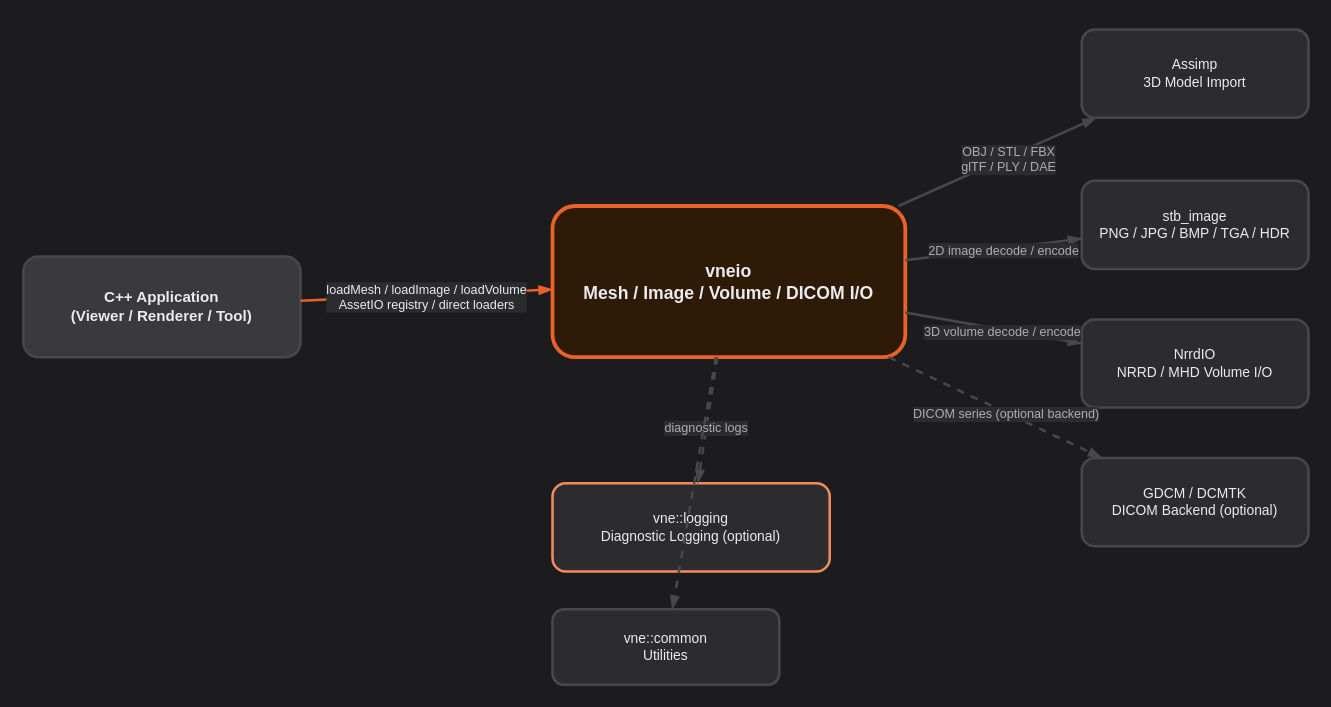
Above: docs/vertexnova/io/diagrams/context.drawio in vertexnova/vneio (draw.io), before the change. Source tidied: cells renumbered, new cells numbered last; positions are measured from the earlier drawing's top-left corner, leaving out a move shared by most shapes. Both pictures are drawn from the tidied source at 126%, with x=0, y=0 at pixel (23, 29).
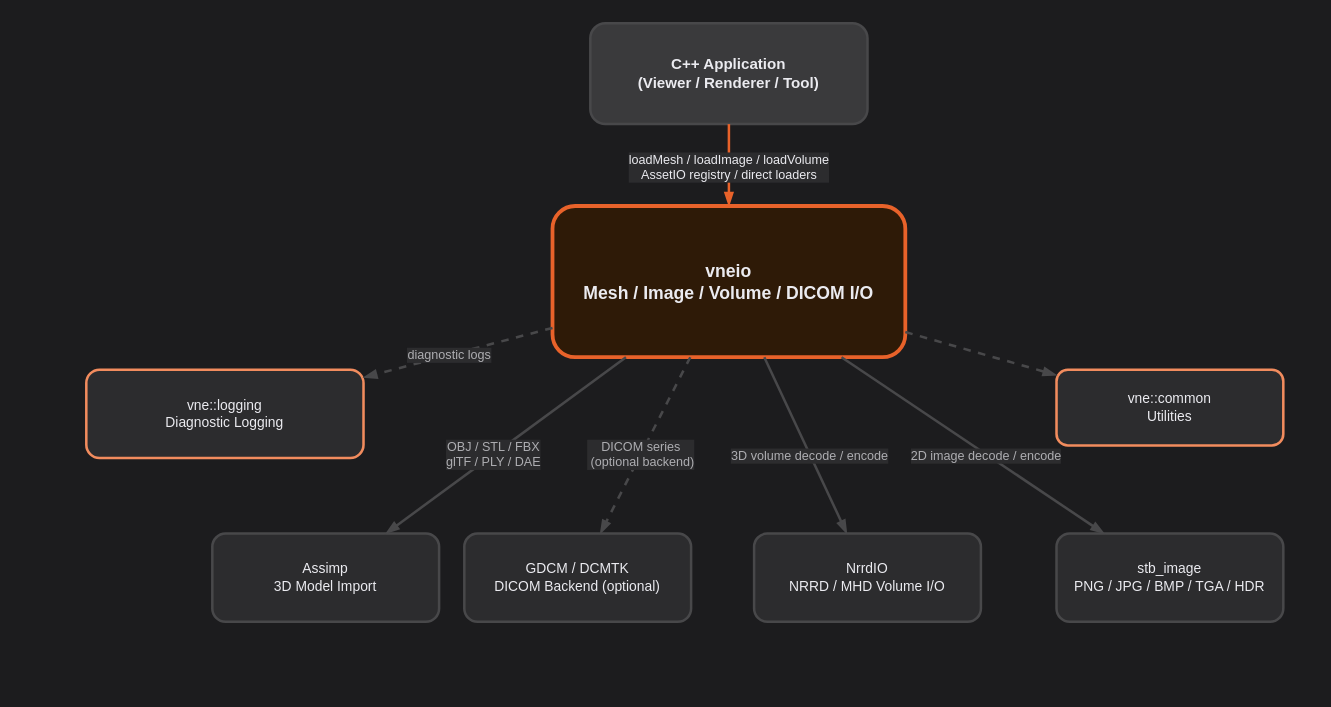
The same diagram, later.

Commit message (it also covers changes not shown here):
refactor: Update diagrams for improved layout and clarity

Unchanged cells that the change refers to:
```xml
<mxCell id="18" style="endArrow=blockThin;endFill=1;html=1;strokeWidth=2;strokeColor=#48484A;dashed=1;" parent="1" edge="1" source="3" target="7">
  <mxGeometry relative="1" as="geometry" />
</mxCell>
```

Change to the diagram source:
```diff
@@
     <mxCell id="2" value="C++ Application&#10;(Viewer / Renderer / Tool)" style="rounded=1;whiteSpace=wrap;html=1;fillColor=#3A3A3C;strokeColor=#48484A;strokeWidth=2;fontStyle=1;fontSize=12;fontColor=#EBEBF0;" parent="1" vertex="1">
-      <mxGeometry y="180" width="220" height="80" as="geometry" />
+      <mxGeometry x="450" y="-5" width="220" height="80" as="geometry" />
     </mxCell>
@@
     <mxCell id="4" value="Assimp&#10;3D Model Import" style="rounded=1;whiteSpace=wrap;html=1;fillColor=#2C2C2E;strokeColor=#48484A;strokeWidth=2;fontSize=11;fontColor=#EBEBF0;" parent="1" vertex="1">
-      <mxGeometry x="840" width="180" height="70" as="geometry" />
+      <mxGeometry x="150" y="400" width="180" height="70" as="geometry" />
     </mxCell>
     <mxCell id="5" value="stb_image&#10;PNG / JPG / BMP / TGA / HDR" style="rounded=1;whiteSpace=wrap;html=1;fillColor=#2C2C2E;strokeColor=#48484A;strokeWidth=2;fontSize=11;fontColor=#EBEBF0;" parent="1" vertex="1">
-      <mxGeometry x="840" y="120" width="180" height="70" as="geometry" />
+      <mxGeometry x="820" y="400" width="180" height="70" as="geometry" />
     </mxCell>
     <mxCell id="6" value="NrrdIO&#10;NRRD / MHD Volume I/O" style="rounded=1;whiteSpace=wrap;html=1;fillColor=#2C2C2E;strokeColor=#48484A;strokeWidth=2;fontSize=11;fontColor=#EBEBF0;" parent="1" vertex="1">
-      <mxGeometry x="840" y="230" width="180" height="70" as="geometry" />
+      <mxGeometry x="580" y="400" width="180" height="70" as="geometry" />
     </mxCell>
     <mxCell id="7" value="GDCM / DCMTK&#10;DICOM Backend (optional)" style="rounded=1;whiteSpace=wrap;html=1;fillColor=#2C2C2E;strokeColor=#48484A;strokeWidth=2;fontSize=11;fontColor=#EBEBF0;" parent="1" vertex="1">
-      <mxGeometry x="840" y="340" width="180" height="70" as="geometry" />
+      <mxGeometry x="350" y="400" width="180" height="70" as="geometry" />
     </mxCell>
-    <mxCell id="8" value="vne::logging&#10;Diagnostic Logging (optional)" style="rounded=1;whiteSpace=wrap;html=1;fillColor=#2C2C2E;strokeColor=#F28C5E;strokeWidth=2;fontSize=11;fontColor=#EBEBF0;" parent="1" vertex="1">
-      <mxGeometry x="420" y="360" width="220" height="70" as="geometry" />
+    <mxCell id="8" value="vne::logging&lt;br&gt;Diagnostic Logging" style="rounded=1;whiteSpace=wrap;html=1;fillColor=#2C2C2E;strokeColor=#F28C5E;strokeWidth=2;fontSize=11;fontColor=#EBEBF0;" parent="1" vertex="1">
+      <mxGeometry x="50" y="270" width="220" height="70" as="geometry" />
     </mxCell>
-    <mxCell id="9" value="vne::common&#10;Utilities" style="rounded=1;whiteSpace=wrap;html=1;fillColor=#2C2C2E;strokeColor=#48484A;strokeWidth=2;fontSize=11;fontColor=#EBEBF0;" parent="1" vertex="1">
-      <mxGeometry x="420" y="460" width="180" height="60" as="geometry" />
+    <mxCell id="9" value="vne::common&#10;Utilities" style="rounded=1;whiteSpace=wrap;html=1;fillColor=#2C2C2E;strokeColor=#F28C5E;strokeWidth=2;fontSize=11;fontColor=#EBEBF0;" parent="1" vertex="1">
+      <mxGeometry x="820" y="270" width="180" height="60" as="geometry" />
     </mxCell>
@@
-    <mxCell id="19" value="DICOM series (optional backend)" style="edgeLabel;html=1;align=center;verticalAlign=middle;fontSize=10;fontColor=#AEAEB2;labelBackgroundColor=#2C2C2E;" parent="18" vertex="1">
+    <mxCell id="19" value="DICOM series&lt;br&gt;&amp;nbsp;(optional backend)" style="edgeLabel;html=1;align=center;verticalAlign=middle;fontSize=10;fontColor=#AEAEB2;labelBackgroundColor=#2C2C2E;" parent="18" vertex="1">
       <mxGeometry x="0.1" y="-1" relative="1" as="geometry" />
     </mxCell>
```
